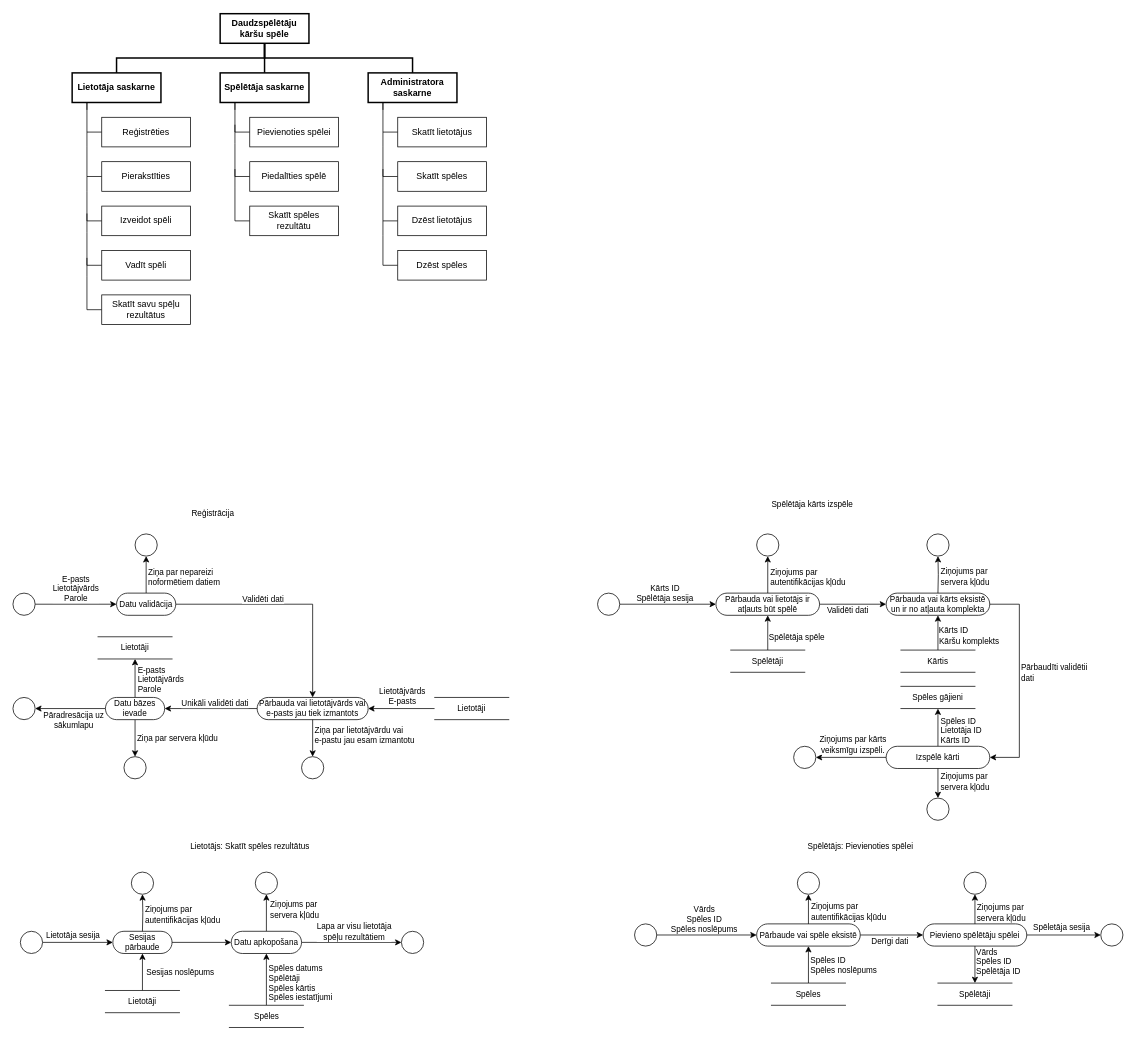
This is dokumentacija/Dekompozicija.drawio from Edgars-P/RVT-Projekts-CardGame, a draw.io file, before an edit. Source tidied: cells renumbered, new cells numbered last; positions are measured from the earlier drawing's top-left corner, leaving out a move shared by most shapes. Both pictures are drawn from the tidied source at 74%, with x=0, y=0 at pixel (13, 13).
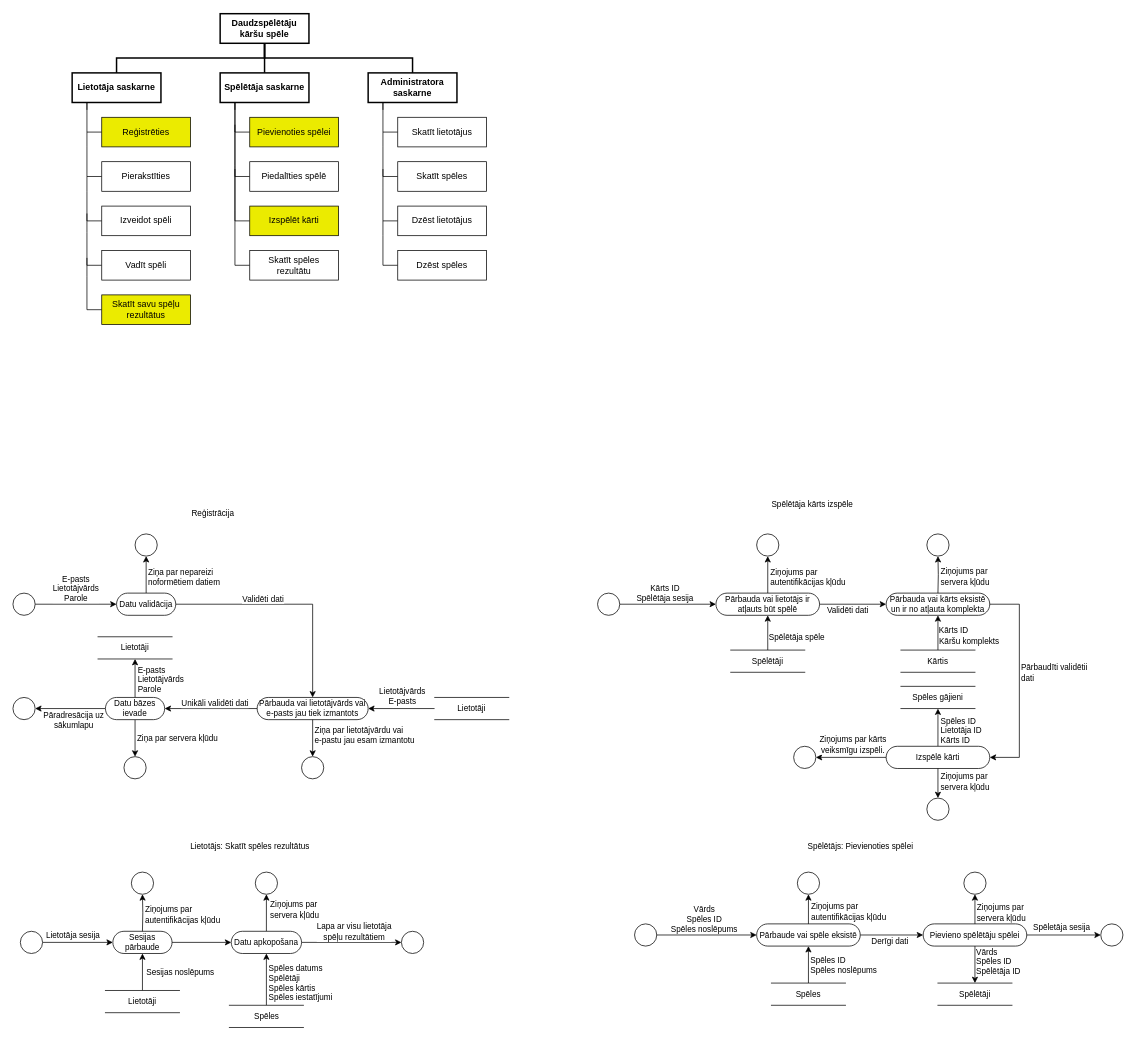
The same page after the edit.

Change to the diagram source:
```diff
@@
-    <mxCell id="10" value="Reģistrēties" style="rounded=0;whiteSpace=wrap;html=1;" parent="1" vertex="1">
+    <mxCell id="10" value="Reģistrēties" style="rounded=0;whiteSpace=wrap;html=1;fillColor=#EBEB00;" parent="1" vertex="1">
       <mxGeometry x="120" y="140" width="120" height="40" as="geometry" />
     </mxCell>
@@
-    <mxCell id="18" value="Skatīt savu spēļu &lt;br&gt;rezultātus" style="rounded=0;whiteSpace=wrap;html=1;" parent="1" vertex="1">
+    <mxCell id="18" value="Skatīt savu spēļu &lt;br&gt;rezultātus" style="rounded=0;whiteSpace=wrap;html=1;fillColor=#EBEB00;" parent="1" vertex="1">
       <mxGeometry x="120" y="380" width="120" height="40" as="geometry" />
     </mxCell>
@@
-    <mxCell id="20" value="Pievienoties spēlei" style="rounded=0;whiteSpace=wrap;html=1;" parent="1" vertex="1">
+    <mxCell id="20" value="Pievienoties spēlei" style="rounded=0;whiteSpace=wrap;html=1;fillColor=#EBEB00;" parent="1" vertex="1">
       <mxGeometry x="320" y="140" width="120" height="40" as="geometry" />
     </mxCell>
@@
-    <mxCell id="22" value="Piedalīties spēlē" style="rounded=0;whiteSpace=wrap;html=1;" parent="1" vertex="1">
-      <mxGeometry x="320" y="200" width="120" height="40" as="geometry" />
+    <mxCell id="22" value="Izspēlēt kārti" style="rounded=0;whiteSpace=wrap;html=1;fillColor=#EBEB00;" parent="1" vertex="1">
+      <mxGeometry x="320" y="260" width="120" height="40" as="geometry" />
     </mxCell>
@@
     <mxCell id="24" value="Skatīt spēles&lt;br&gt; rezultātu" style="rounded=0;whiteSpace=wrap;html=1;" parent="1" vertex="1">
-      <mxGeometry x="320" y="260" width="120" height="40" as="geometry" />
+      <mxGeometry x="320" y="320" width="120" height="40" as="geometry" />
     </mxCell>
@@
+    <mxCell id="140" style="edgeStyle=orthogonalEdgeStyle;rounded=0;jettySize=auto;html=1;endArrow=none;endFill=0;" parent="1" edge="1" source="141">
+      <mxGeometry relative="1" as="geometry">
+        <mxPoint x="300" y="120" as="targetPoint" />
+      </mxGeometry>
+    </mxCell>
+    <mxCell id="141" value="Piedalīties spēlē" style="rounded=0;whiteSpace=wrap;html=1;" parent="1" vertex="1">
+      <mxGeometry x="320" y="200" width="120" height="40" as="geometry" />
+    </mxCell>
```
